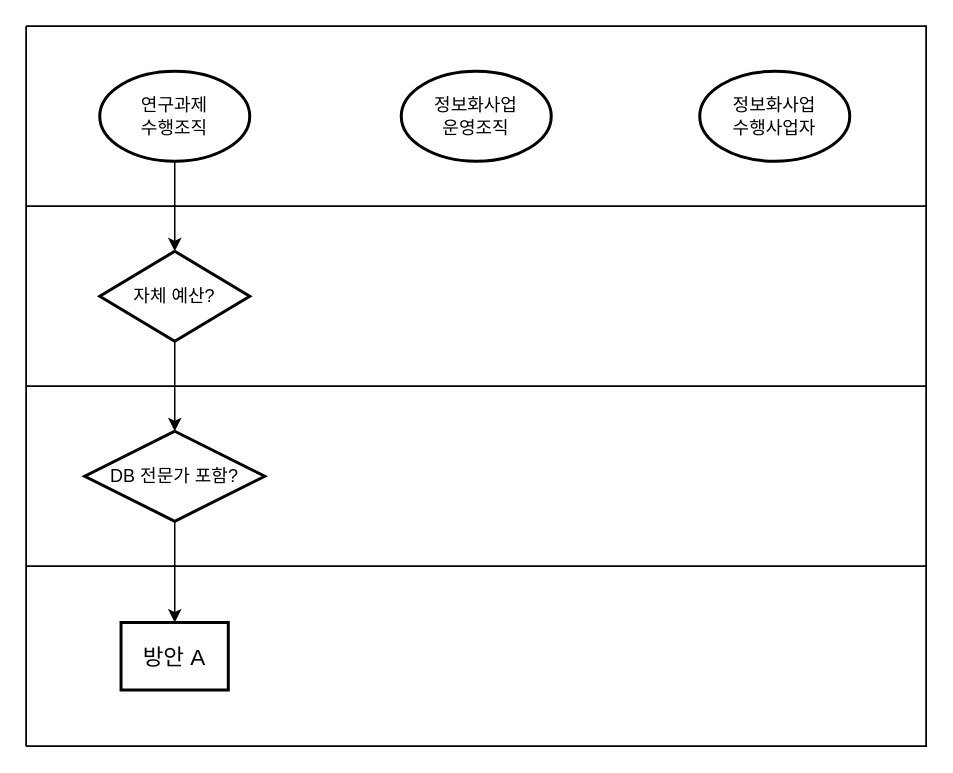
The draw.io diagram page "페이지-2" (2 of 2) of positions/positions.drawio in dongshins/diagram, before the edit. Source tidied: cells renumbered, new cells numbered last; positions are measured from the earlier drawing's top-left corner, leaving out a move shared by most shapes. Both pictures are drawn from the tidied source at 150%, with x=0, y=0 at pixel (26, 26).
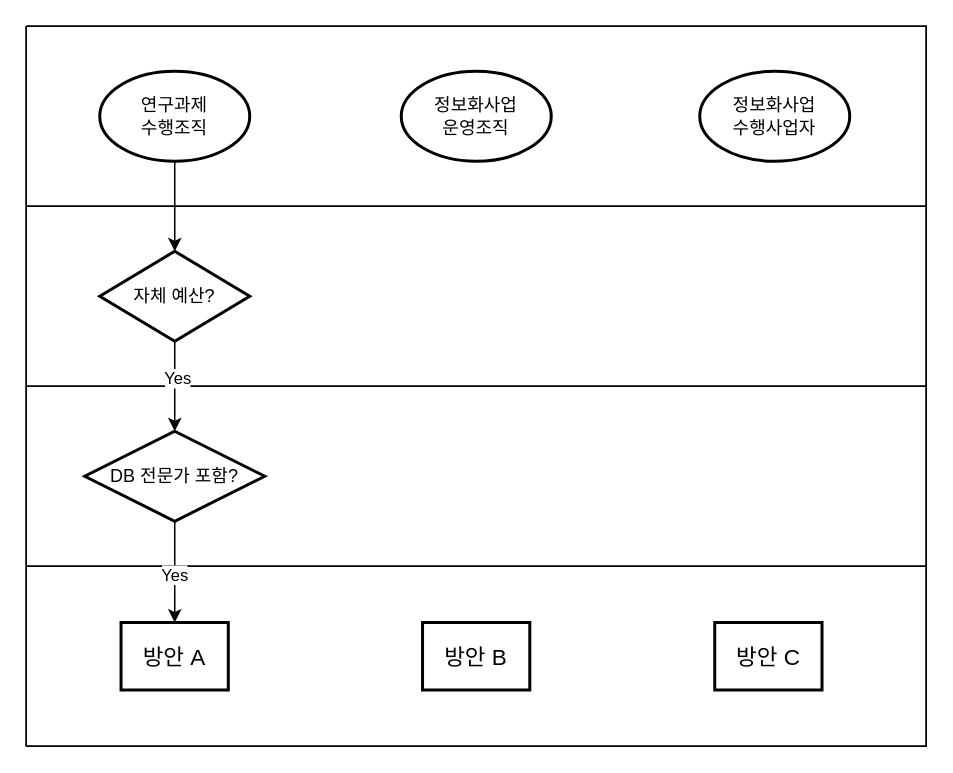
Above is the later version.

Change to the diagram source:
```diff
@@
 <mxGraphModel>
   <root>
     <mxCell id="0" />
     <mxCell id="1" parent="0" />
     <mxCell id="2" style="swimlane;horizontal=0;startSize=0;html=1;" parent="1" vertex="1">
       <mxGeometry width="600" height="480" as="geometry" />
     </mxCell>
     <mxCell id="3" style="swimlane;startSize=0;horizontal=0;html=1;" parent="2" vertex="1">
       <mxGeometry width="600" height="120" as="geometry" />
     </mxCell>
     <mxCell id="4" value="연구과제&lt;div&gt;수행조직&lt;/div&gt;" style="strokeWidth=2;html=1;shape=mxgraph.flowchart.start_1;whiteSpace=wrap;" parent="3" vertex="1">
       <mxGeometry x="49" y="30" width="100" height="60" as="geometry" />
     </mxCell>
     <mxCell id="5" value="&lt;div&gt;정보화사업&lt;/div&gt;&lt;div&gt;운영조직&lt;/div&gt;" style="strokeWidth=2;html=1;shape=mxgraph.flowchart.start_1;whiteSpace=wrap;" parent="3" vertex="1">
       <mxGeometry x="250" y="30" width="100" height="60" as="geometry" />
     </mxCell>
     <mxCell id="6" value="&lt;div&gt;정보화사업&lt;/div&gt;&lt;div&gt;수행사업자&lt;/div&gt;" style="strokeWidth=2;html=1;shape=mxgraph.flowchart.start_1;whiteSpace=wrap;" parent="3" vertex="1">
       <mxGeometry x="449" y="30" width="100" height="60" as="geometry" />
     </mxCell>
     <mxCell id="7" style="swimlane;startSize=0;horizontal=0;html=1;" parent="2" vertex="1">
       <mxGeometry y="120" width="600" height="120" as="geometry" />
     </mxCell>
     <mxCell id="8" value="자체 예산?" style="strokeWidth=2;html=1;shape=mxgraph.flowchart.decision;whiteSpace=wrap;" parent="7" vertex="1">
       <mxGeometry x="49" y="30" width="100" height="60" as="geometry" />
     </mxCell>
     <mxCell id="9" style="swimlane;startSize=0;horizontal=0;html=1;" parent="2" vertex="1">
       <mxGeometry y="240" width="600" height="120" as="geometry" />
     </mxCell>
     <mxCell id="10" value="DB 전문가 포함?" style="strokeWidth=2;html=1;shape=mxgraph.flowchart.decision;whiteSpace=wrap;" parent="9" vertex="1">
       <mxGeometry x="39" y="30" width="120" height="60" as="geometry" />
     </mxCell>
     <mxCell id="11" style="swimlane;startSize=0;horizontal=0;html=1;" parent="2" vertex="1">
       <mxGeometry y="360" width="600" height="120" as="geometry" />
     </mxCell>
     <mxCell id="12" value="방안 A" style="whiteSpace=wrap;html=1;strokeWidth=2;fontSize=15;" parent="11" vertex="1">
       <mxGeometry x="63.2" y="37.5" width="71.5" height="45" as="geometry" />
     </mxCell>
+    <mxCell id="16" value="방안 B" style="whiteSpace=wrap;html=1;strokeWidth=2;fontSize=15;" parent="11" vertex="1">
+      <mxGeometry x="264.2" y="37.5" width="71.5" height="45" as="geometry" />
+    </mxCell>
+    <mxCell id="17" value="방안 C" style="whiteSpace=wrap;html=1;strokeWidth=2;fontSize=15;" parent="11" vertex="1">
+      <mxGeometry x="459" y="37.5" width="71.5" height="45" as="geometry" />
+    </mxCell>
     <mxCell id="13" style="edgeStyle=orthogonalEdgeStyle;rounded=0;jettySize=auto;html=1;exitX=0.5;exitY=1;exitDx=0;exitDy=0;exitPerimeter=0;entryX=0.5;entryY=0;entryDx=0;entryDy=0;entryPerimeter=0;" parent="2" edge="1" source="4" target="8">
       <mxGeometry relative="1" as="geometry" />
     </mxCell>
     <mxCell id="14" style="edgeStyle=orthogonalEdgeStyle;rounded=0;jettySize=auto;html=1;exitX=0.5;exitY=1;exitDx=0;exitDy=0;exitPerimeter=0;entryX=0.5;entryY=0;entryDx=0;entryDy=0;entryPerimeter=0;" parent="2" edge="1" source="8" target="10">
       <mxGeometry relative="1" as="geometry" />
     </mxCell>
+    <mxCell id="18" value="Yes" style="edgeLabel;html=1;align=center;verticalAlign=middle;" parent="14" vertex="1">
+      <mxGeometry x="-0.2" y="1" relative="1" as="geometry" />
+    </mxCell>
     <mxCell id="15" style="edgeStyle=orthogonalEdgeStyle;rounded=0;jettySize=auto;html=1;" parent="2" edge="1" source="10" target="12">
       <mxGeometry relative="1" as="geometry" />
     </mxCell>
+    <mxCell id="19" value="Yes" style="edgeLabel;html=1;align=center;verticalAlign=middle;" parent="15" vertex="1">
+      <mxGeometry x="0.04" y="-1" relative="1" as="geometry" />
+    </mxCell>
   </root>
 </mxGraphModel>
```
